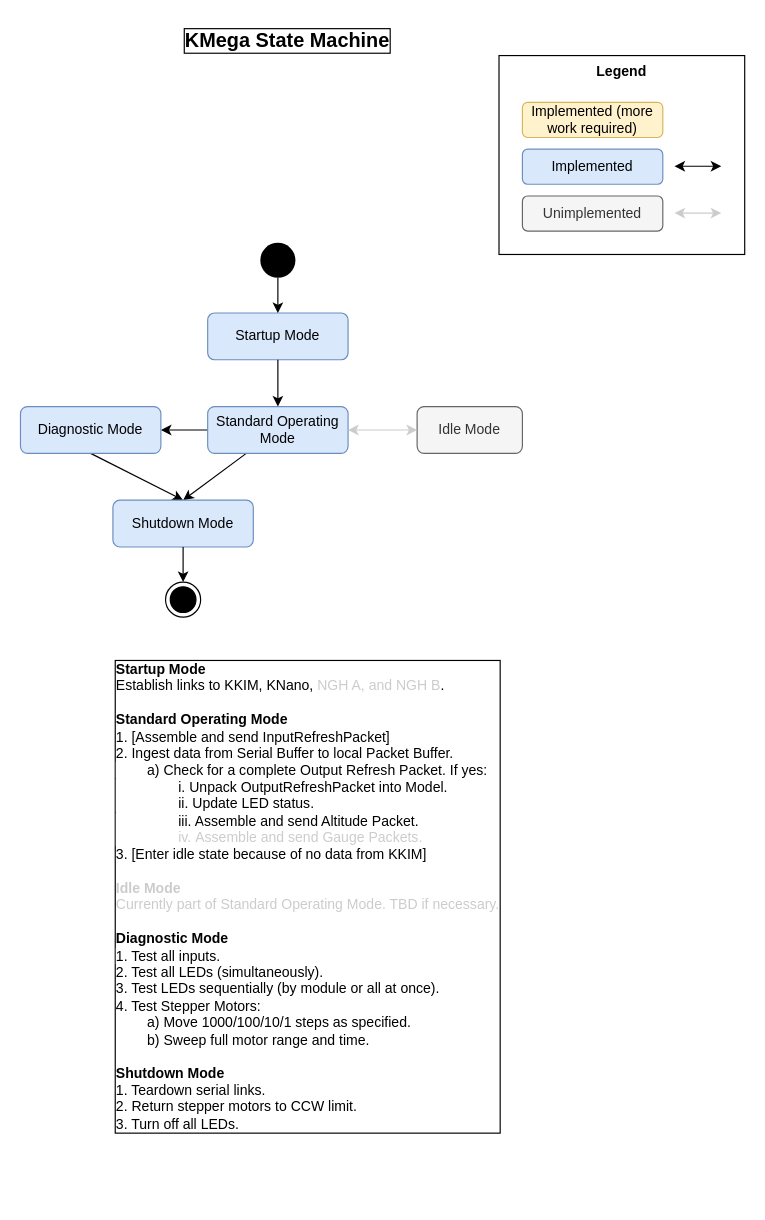
Earlier version of the draw.io diagram page "KMega" (2 of 3) of Diagrams/StateMachines.drawio (mountaineerman/KCP2). Source tidied: cells renumbered, new cells numbered last; positions are measured from the earlier drawing's top-left corner, leaving out a move shared by most shapes. Both pictures are drawn from the tidied source at 117%, with x=0, y=0 at pixel (20, 20).
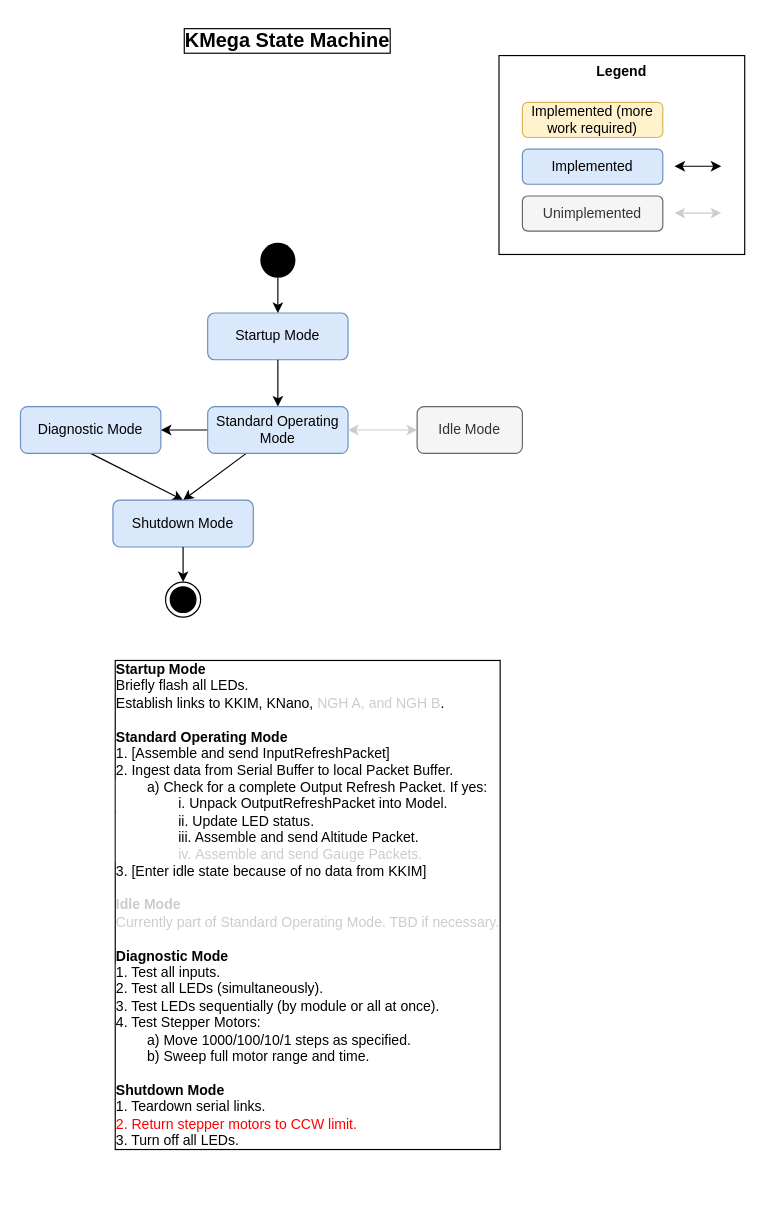
After the change.

Commit message (it also covers changes not shown here):
Ported Operating Mode changes from KMega to NGH (quickly tested); Added NGH state machine diagram.

What changed in the source:
```diff
@@
-    <mxCell id="18" value="&lt;b&gt;Startup Mode&lt;/b&gt;&lt;div&gt;Establish links to KKIM, KNano, &lt;font style=&quot;color: rgb(204, 204, 204);&quot;&gt;NGH A, and NGH B&lt;/font&gt;.&lt;/div&gt;&lt;div&gt;&lt;br&gt;&lt;/div&gt;&lt;div&gt;&lt;b&gt;Standard Operating Mode&lt;/b&gt;&lt;/div&gt;&lt;div&gt;&lt;span style=&quot;&quot;&gt;1. [Assemble and send InputRefreshPacket]&lt;/span&gt;&lt;br&gt;&lt;/div&gt;&lt;div&gt;&lt;span style=&quot;&quot;&gt;2.&lt;/span&gt;&lt;span style=&quot;background-color: light-dark(#ffffff, var(--ge-dark-color, #121212)); color: light-dark(rgb(0, 0, 0), rgb(255, 255, 255));&quot;&gt;&amp;nbsp;I&lt;/span&gt;&lt;span style=&quot;background-color: light-dark(#ffffff, var(--ge-dark-color, #121212));&quot;&gt;ngest data from Serial Buffer to local Packet Buffer.&lt;/span&gt;&lt;/div&gt;&lt;div&gt;&lt;span style=&quot;background-color: light-dark(#ffffff, var(--ge-dark-color, #121212));&quot;&gt;&lt;span style=&quot;white-space: pre;&quot;&gt;&#9;&lt;/span&gt;a) Check for a complete Output Refresh Packet. If yes:&lt;br&gt;&lt;/span&gt;&lt;/div&gt;&lt;div&gt;&lt;span style=&quot;background-color: light-dark(#ffffff, var(--ge-dark-color, #121212));&quot;&gt;&lt;span style=&quot;white-space: pre;&quot;&gt;&#9;&lt;span style=&quot;white-space: pre;&quot;&gt;&#9;&lt;/span&gt;i&lt;/span&gt;. Un&lt;/span&gt;&lt;span style=&quot;background-color: light-dark(#ffffff, var(--ge-dark-color, #121212));&quot;&gt;pack OutputRefreshPacket into Model.&lt;/span&gt;&lt;/div&gt;&lt;div&gt;&lt;span style=&quot;background-color: light-dark(#ffffff, var(--ge-dark-color, #121212));&quot;&gt;&lt;span style=&quot;white-space: pre;&quot;&gt;&#9;&lt;/span&gt;&lt;span style=&quot;white-space: pre;&quot;&gt;&#9;&lt;/span&gt;ii. Update&lt;/span&gt;&lt;span style=&quot;background-color: light-dark(#ffffff, var(--ge-dark-color, #121212));&quot;&gt;&amp;nbsp;LED status.&lt;/span&gt;&lt;span style=&quot;background-color: light-dark(#ffffff, var(--ge-dark-color, #121212));&quot;&gt;&lt;br&gt;&lt;/span&gt;&lt;/div&gt;&lt;div&gt;&lt;span style=&quot;background-color: light-dark(#ffffff, var(--ge-dark-color, #121212));&quot;&gt;&lt;span style=&quot;white-space: pre;&quot;&gt;&#9;&lt;/span&gt;&lt;span style=&quot;white-space: pre;&quot;&gt;&#9;&lt;/span&gt;iii. A&lt;/span&gt;&lt;span style=&quot;background-color: light-dark(#ffffff, var(--ge-dark-color, #121212));&quot;&gt;ssemble and send Altitude Packet.&lt;/span&gt;&lt;span style=&quot;background-color: light-dark(#ffffff, var(--ge-dark-color, #121212));&quot;&gt;&lt;br&gt;&lt;/span&gt;&lt;/div&gt;&lt;div&gt;&lt;span style=&quot;background-color: light-dark(#ffffff, var(--ge-dark-color, #121212));&quot;&gt;&lt;span style=&quot;white-space: pre;&quot;&gt;&#9;&lt;/span&gt;&lt;span style=&quot;white-space: pre;&quot;&gt;&#9;&lt;/span&gt;&lt;font style=&quot;color: rgb(204, 204, 204);&quot;&gt;iv.&amp;nbsp;&lt;/font&gt;&lt;/span&gt;&lt;font style=&quot;color: rgb(204, 204, 204);&quot;&gt;&lt;span style=&quot;background-color: light-dark(#ffffff, var(--ge-dark-color, #121212));&quot;&gt;A&lt;/span&gt;&lt;span style=&quot;background-color: light-dark(#ffffff, var(--ge-dark-color, #121212));&quot;&gt;ssemble and send Gauge Packets.&lt;/span&gt;&lt;/font&gt;&lt;span style=&quot;background-color: light-dark(#ffffff, var(--ge-dark-color, #121212));&quot;&gt;&lt;br&gt;&lt;/span&gt;&lt;/div&gt;&lt;div&gt;3. [Enter idle state because of no data from KKIM]&lt;/div&gt;&lt;div&gt;&lt;br&gt;&lt;/div&gt;&lt;div&gt;&lt;div&gt;&lt;font style=&quot;color: rgb(204, 204, 204);&quot;&gt;&lt;b&gt;Idle Mode&lt;/b&gt;&lt;br&gt;&lt;/font&gt;&lt;/div&gt;&lt;/div&gt;&lt;div&gt;&lt;font style=&quot;color: rgb(204, 204, 204);&quot;&gt;Currently part of Standard Operating Mode. TBD if necessary.&lt;/font&gt;&lt;/div&gt;&lt;div&gt;&lt;b&gt;&lt;br&gt;&lt;/b&gt;&lt;/div&gt;&lt;div&gt;&lt;b&gt;Diagnostic Mode&lt;/b&gt;&lt;/div&gt;&lt;div&gt;&lt;span style=&quot;background-color: light-dark(#ffffff, var(--ge-dark-color, #121212));&quot;&gt;1. Test all inputs.&lt;/span&gt;&lt;/div&gt;&lt;div&gt;&lt;span style=&quot;white-space: normal;&quot;&gt;2. Test all LEDs (simultaneously).&lt;/span&gt;&lt;/div&gt;&lt;div&gt;&lt;span style=&quot;white-space: normal;&quot;&gt;3. Test LEDs sequentially (by module or all at once).&lt;/span&gt;&lt;/div&gt;&lt;div&gt;&lt;span style=&quot;white-space: normal;&quot;&gt;4. Test Stepper Motors:&lt;/span&gt;&lt;/div&gt;&lt;div&gt;&lt;span style=&quot;white-space: normal;&quot;&gt;&lt;span style=&quot;white-space: pre;&quot;&gt;&#9;&lt;/span&gt;a) Move 1000/100/10/1 steps as specified.&lt;br&gt;&lt;/span&gt;&lt;/div&gt;&lt;div&gt;&lt;span style=&quot;white-space: normal;&quot;&gt;&lt;span style=&quot;white-space: pre;&quot;&gt;&#9;&lt;/span&gt;b) Sweep full motor range and time.&lt;br&gt;&lt;/span&gt;&lt;/div&gt;&lt;div&gt;&lt;br&gt;&lt;/div&gt;&lt;div&gt;&lt;b&gt;Shutdown Mode&lt;/b&gt;&lt;/div&gt;&lt;div&gt;1. Teardown serial links.&lt;/div&gt;&lt;div&gt;2. Return stepper motors to CCW limit.&lt;/div&gt;&lt;div&gt;3. Turn off all LEDs.&lt;/div&gt;" style="text;html=1;align=left;verticalAlign=top;whiteSpace=wrap;rounded=0;labelBackgroundColor=default;labelBorderColor=default;" parent="1" vertex="1">
+    <mxCell id="18" value="&lt;b&gt;Startup Mode&lt;/b&gt;&lt;div&gt;Briefly flash all LEDs.&lt;/div&gt;&lt;div&gt;Establish links to KKIM, KNano, &lt;font style=&quot;color: rgb(204, 204, 204);&quot;&gt;NGH A, and NGH B&lt;/font&gt;.&lt;/div&gt;&lt;div&gt;&lt;br&gt;&lt;/div&gt;&lt;div&gt;&lt;b&gt;Standard Operating Mode&lt;/b&gt;&lt;/div&gt;&lt;div&gt;&lt;span style=&quot;&quot;&gt;1. [Assemble and send InputRefreshPacket]&lt;/span&gt;&lt;br&gt;&lt;/div&gt;&lt;div&gt;&lt;span style=&quot;&quot;&gt;2.&lt;/span&gt;&lt;span style=&quot;background-color: light-dark(#ffffff, var(--ge-dark-color, #121212)); color: light-dark(rgb(0, 0, 0), rgb(255, 255, 255));&quot;&gt;&amp;nbsp;I&lt;/span&gt;&lt;span style=&quot;background-color: light-dark(#ffffff, var(--ge-dark-color, #121212));&quot;&gt;ngest data from Serial Buffer to local Packet Buffer.&lt;/span&gt;&lt;/div&gt;&lt;div&gt;&lt;span style=&quot;background-color: light-dark(#ffffff, var(--ge-dark-color, #121212));&quot;&gt;&lt;span style=&quot;white-space: pre;&quot;&gt;&#9;&lt;/span&gt;a) Check for a complete Output Refresh Packet. If yes:&lt;br&gt;&lt;/span&gt;&lt;/div&gt;&lt;div&gt;&lt;span style=&quot;background-color: light-dark(#ffffff, var(--ge-dark-color, #121212));&quot;&gt;&lt;span style=&quot;white-space: pre;&quot;&gt;&#9;&lt;span style=&quot;white-space: pre;&quot;&gt;&#9;&lt;/span&gt;i&lt;/span&gt;. Un&lt;/span&gt;&lt;span style=&quot;background-color: light-dark(#ffffff, var(--ge-dark-color, #121212));&quot;&gt;pack OutputRefreshPacket into Model.&lt;/span&gt;&lt;/div&gt;&lt;div&gt;&lt;span style=&quot;background-color: light-dark(#ffffff, var(--ge-dark-color, #121212));&quot;&gt;&lt;span style=&quot;white-space: pre;&quot;&gt;&#9;&lt;/span&gt;&lt;span style=&quot;white-space: pre;&quot;&gt;&#9;&lt;/span&gt;ii. Update&lt;/span&gt;&lt;span style=&quot;background-color: light-dark(#ffffff, var(--ge-dark-color, #121212));&quot;&gt;&amp;nbsp;LED status.&lt;/span&gt;&lt;span style=&quot;background-color: light-dark(#ffffff, var(--ge-dark-color, #121212));&quot;&gt;&lt;br&gt;&lt;/span&gt;&lt;/div&gt;&lt;div&gt;&lt;span style=&quot;background-color: light-dark(#ffffff, var(--ge-dark-color, #121212));&quot;&gt;&lt;span style=&quot;white-space: pre;&quot;&gt;&#9;&lt;/span&gt;&lt;span style=&quot;white-space: pre;&quot;&gt;&#9;&lt;/span&gt;iii. A&lt;/span&gt;&lt;span style=&quot;background-color: light-dark(#ffffff, var(--ge-dark-color, #121212));&quot;&gt;ssemble and send Altitude Packet.&lt;/span&gt;&lt;span style=&quot;background-color: light-dark(#ffffff, var(--ge-dark-color, #121212));&quot;&gt;&lt;br&gt;&lt;/span&gt;&lt;/div&gt;&lt;div&gt;&lt;span style=&quot;background-color: light-dark(#ffffff, var(--ge-dark-color, #121212));&quot;&gt;&lt;span style=&quot;white-space: pre;&quot;&gt;&#9;&lt;/span&gt;&lt;span style=&quot;white-space: pre;&quot;&gt;&#9;&lt;/span&gt;&lt;font style=&quot;color: rgb(204, 204, 204);&quot;&gt;iv.&amp;nbsp;&lt;/font&gt;&lt;/span&gt;&lt;font style=&quot;color: rgb(204, 204, 204);&quot;&gt;&lt;span style=&quot;background-color: light-dark(#ffffff, var(--ge-dark-color, #121212));&quot;&gt;A&lt;/span&gt;&lt;span style=&quot;background-color: light-dark(#ffffff, var(--ge-dark-color, #121212));&quot;&gt;ssemble and send Gauge Packets.&lt;/span&gt;&lt;/font&gt;&lt;span style=&quot;background-color: light-dark(#ffffff, var(--ge-dark-color, #121212));&quot;&gt;&lt;br&gt;&lt;/span&gt;&lt;/div&gt;&lt;div&gt;3. [Enter idle state because of no data from KKIM]&lt;/div&gt;&lt;div&gt;&lt;br&gt;&lt;/div&gt;&lt;div&gt;&lt;div&gt;&lt;font style=&quot;color: rgb(204, 204, 204);&quot;&gt;&lt;b&gt;Idle Mode&lt;/b&gt;&lt;br&gt;&lt;/font&gt;&lt;/div&gt;&lt;/div&gt;&lt;div&gt;&lt;font style=&quot;color: rgb(204, 204, 204);&quot;&gt;Currently part of Standard Operating Mode. TBD if necessary.&lt;/font&gt;&lt;/div&gt;&lt;div&gt;&lt;b&gt;&lt;br&gt;&lt;/b&gt;&lt;/div&gt;&lt;div&gt;&lt;b&gt;Diagnostic Mode&lt;/b&gt;&lt;/div&gt;&lt;div&gt;&lt;span style=&quot;background-color: light-dark(#ffffff, var(--ge-dark-color, #121212));&quot;&gt;1. Test all inputs.&lt;/span&gt;&lt;/div&gt;&lt;div&gt;&lt;span style=&quot;white-space: normal;&quot;&gt;2. Test all LEDs (simultaneously).&lt;/span&gt;&lt;/div&gt;&lt;div&gt;&lt;span style=&quot;white-space: normal;&quot;&gt;3. Test LEDs sequentially (by module or all at once).&lt;/span&gt;&lt;/div&gt;&lt;div&gt;&lt;span style=&quot;white-space: normal;&quot;&gt;4. Test Stepper Motors:&lt;/span&gt;&lt;/div&gt;&lt;div&gt;&lt;span style=&quot;white-space: normal;&quot;&gt;&lt;span style=&quot;white-space: pre;&quot;&gt;&#9;&lt;/span&gt;a) Move 1000/100/10/1 steps as specified.&lt;br&gt;&lt;/span&gt;&lt;/div&gt;&lt;div&gt;&lt;span style=&quot;white-space: normal;&quot;&gt;&lt;span style=&quot;white-space: pre;&quot;&gt;&#9;&lt;/span&gt;b) Sweep full motor range and time.&lt;br&gt;&lt;/span&gt;&lt;/div&gt;&lt;div&gt;&lt;br&gt;&lt;/div&gt;&lt;div&gt;&lt;b&gt;Shutdown Mode&lt;/b&gt;&lt;/div&gt;&lt;div&gt;1. Teardown serial links.&lt;/div&gt;&lt;div&gt;&lt;font style=&quot;color: rgb(255, 0, 0);&quot;&gt;2. Return stepper motors to CCW limit.&lt;/font&gt;&lt;/div&gt;&lt;div&gt;3. Turn off all LEDs.&lt;/div&gt;" style="text;html=1;align=left;verticalAlign=top;whiteSpace=wrap;rounded=0;labelBackgroundColor=default;labelBorderColor=default;" parent="1" vertex="1">
       <mxGeometry x="79" y="540" width="421" height="460" as="geometry" />
     </mxCell>
```
